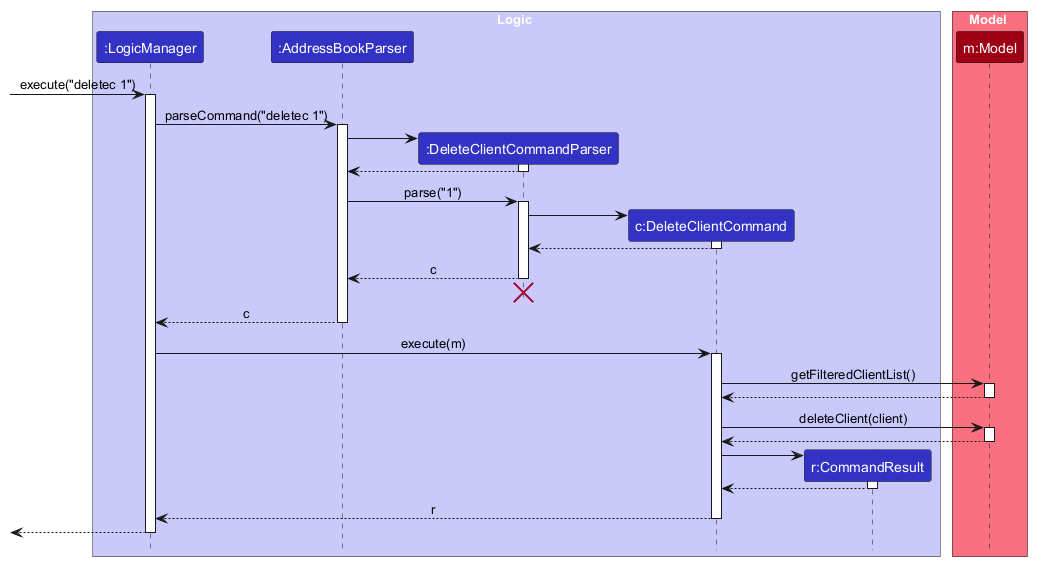
AY2627S1-CS2103T-F10-4/tp keeps this PlantUML diagram as docs/images/DeleteClientSequenceDiagram.png. Above is the earlier version.
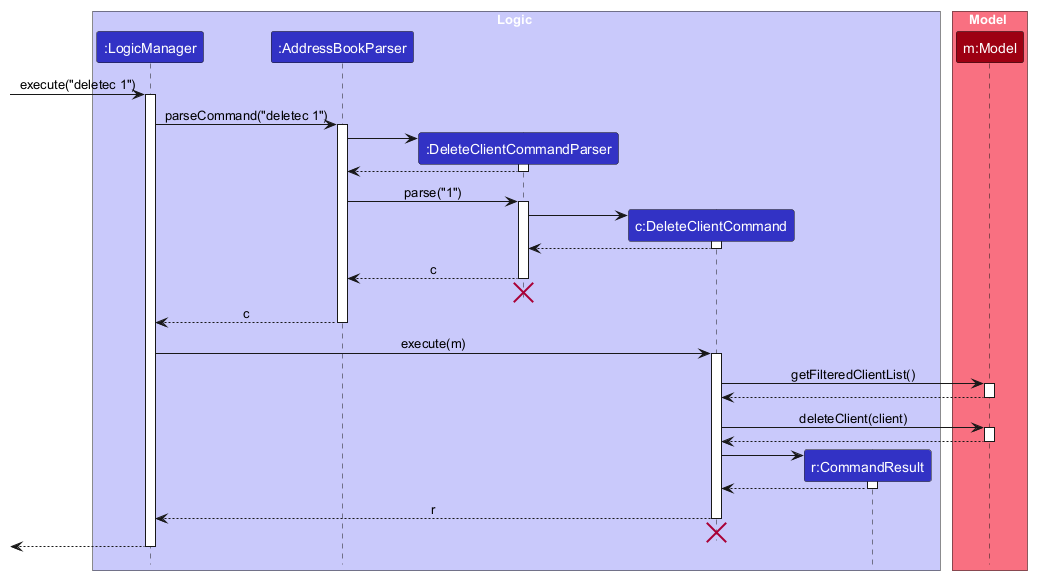
After the commit.

Commit message:
Add objection deletion to deletec uml

What changed in the source:
```diff
@@ -69,6 +69,8 @@
 
 DeleteClientCommand --> LogicManager : r
 deactivate DeleteClientCommand
+DeleteClientCommand -[hidden]-> LogicManager
+destroy DeleteClientCommand
 
 [<--LogicManager
 deactivate LogicManager
```
